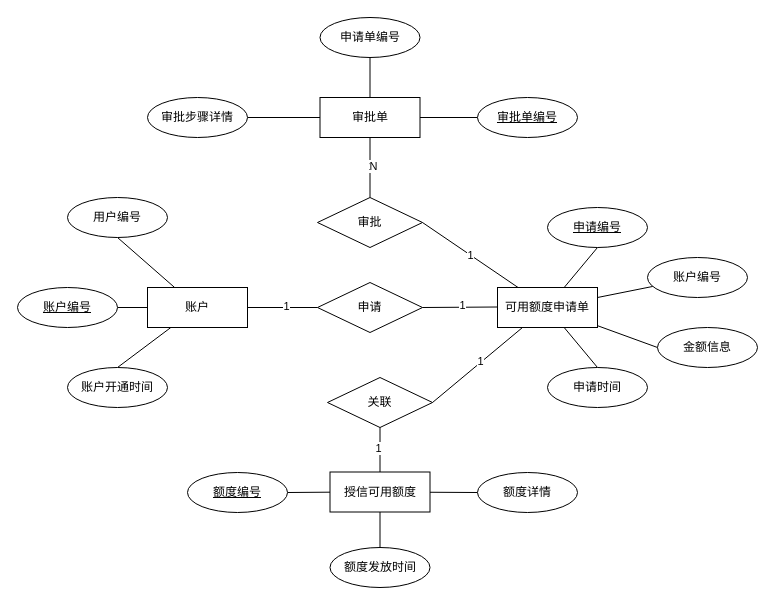
Earlier version of the draw.io diagram 授信额度审批ER图.drawio (wuxiao-web/graduationThesis). Source tidied: cells renumbered, new cells numbered last; positions are measured from the earlier drawing's top-left corner, leaving out a move shared by most shapes. Both pictures are drawn from the tidied source at 100%, with x=0, y=0 at pixel (17, 17).
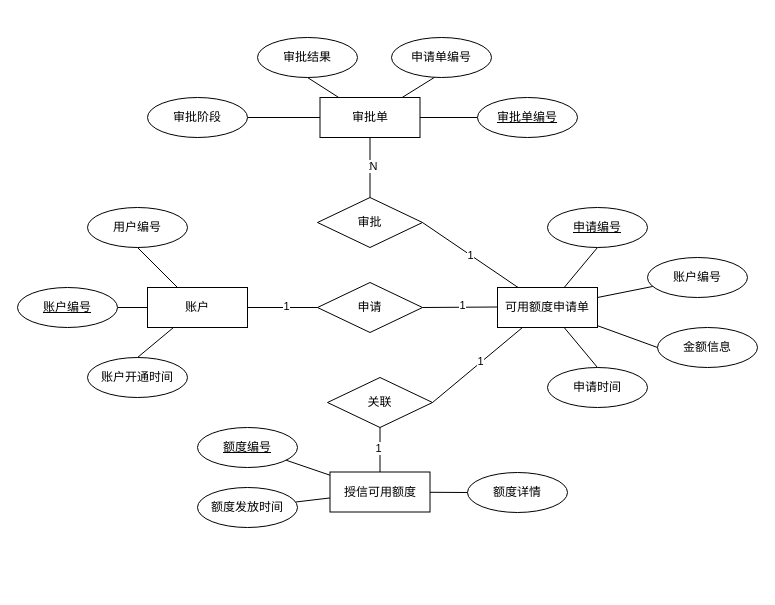
Above is the later version.

Commit message (it also covers changes not shown here):
更新授信额度审批ER图.drawio

The change refers to these unchanged cells:
```xml
<mxCell id="28" value="审批单" style="whiteSpace=wrap;html=1;align=center;" parent="1" vertex="1">
  <mxGeometry x="302.5" y="80" width="100" height="40" as="geometry" />
</mxCell>
```

What changed in the source:
```diff
@@
     <mxCell id="6" value="用户编号" style="ellipse;whiteSpace=wrap;html=1;align=center;" parent="1" vertex="1">
-      <mxGeometry x="50" y="180" width="100" height="40" as="geometry" />
+      <mxGeometry x="70" y="190" width="100" height="40" as="geometry" />
     </mxCell>
@@
     <mxCell id="8" value="账户开通时间" style="ellipse;whiteSpace=wrap;html=1;align=center;" parent="1" vertex="1">
-      <mxGeometry x="50" y="350" width="100" height="40" as="geometry" />
+      <mxGeometry x="70" y="340" width="100" height="40" as="geometry" />
     </mxCell>
@@
+    <mxCell id="48" style="rounded=0;jettySize=auto;html=1;entryX=0.433;entryY=0.992;entryDx=0;entryDy=0;entryPerimeter=0;endArrow=none;endFill=0;" parent="1" edge="1" source="28" target="49">
+      <mxGeometry relative="1" as="geometry" />
+    </mxCell>
@@
-    <mxCell id="37" value="申请单编号" style="ellipse;whiteSpace=wrap;html=1;align=center;" parent="1" vertex="1">
-      <mxGeometry x="302.5" width="100" height="40" as="geometry" />
+    <mxCell id="37" value="审批结果" style="ellipse;whiteSpace=wrap;html=1;align=center;" parent="1" vertex="1">
+      <mxGeometry x="240" y="20" width="100" height="40" as="geometry" />
     </mxCell>
-    <mxCell id="38" value="审批步骤详情" style="ellipse;whiteSpace=wrap;html=1;align=center;" parent="1" vertex="1">
+    <mxCell id="38" value="审批阶段" style="ellipse;whiteSpace=wrap;html=1;align=center;" parent="1" vertex="1">
       <mxGeometry x="130" y="80" width="100" height="40" as="geometry" />
     </mxCell>
@@
     <mxCell id="45" value="额度编号" style="ellipse;whiteSpace=wrap;html=1;align=center;fontStyle=4;" parent="1" vertex="1">
-      <mxGeometry x="170" y="455" width="100" height="40" as="geometry" />
+      <mxGeometry x="180" y="410" width="100" height="40" as="geometry" />
     </mxCell>
     <mxCell id="46" value="额度详情" style="ellipse;whiteSpace=wrap;html=1;align=center;" parent="1" vertex="1">
-      <mxGeometry x="460" y="455" width="100" height="40" as="geometry" />
+      <mxGeometry x="450" y="455" width="100" height="40" as="geometry" />
     </mxCell>
     <mxCell id="47" value="额度发放时间" style="ellipse;whiteSpace=wrap;html=1;align=center;" parent="1" vertex="1">
-      <mxGeometry x="312.5" y="530" width="100" height="40" as="geometry" />
+      <mxGeometry x="180" y="470" width="100" height="40" as="geometry" />
     </mxCell>
+    <mxCell id="49" value="申请单编号" style="ellipse;whiteSpace=wrap;html=1;align=center;" parent="1" vertex="1">
+      <mxGeometry x="374" y="20" width="100" height="40" as="geometry" />
+    </mxCell>
```
